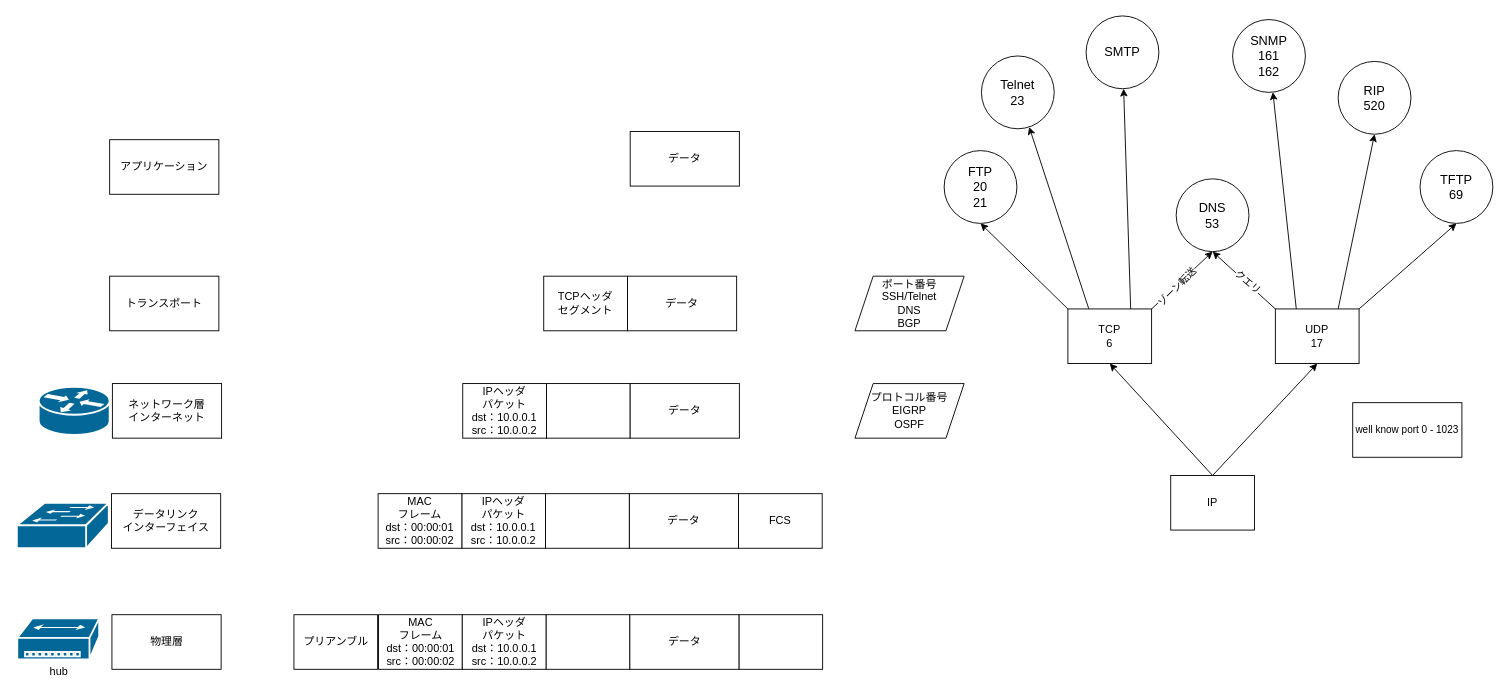
This is カプセル化（フレーミング）.drawio from kyforprogram/ccna, a draw.io file, before an edit. Source tidied: cells renumbered, new cells numbered last; positions are measured from the earlier drawing's top-left corner, leaving out a move shared by most shapes. Both pictures are drawn from the tidied source at 91%, with x=0, y=0 at pixel (16, 15).
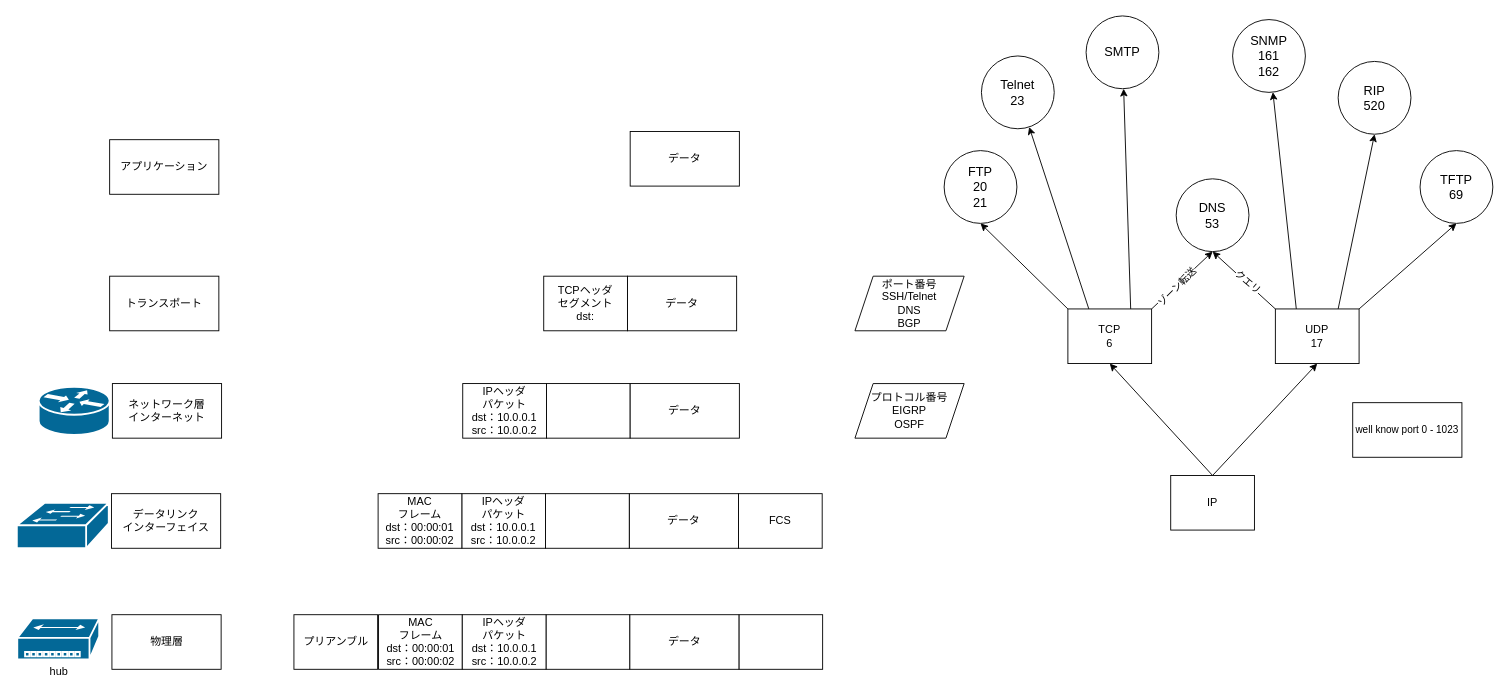
Above is the later version.

Commit message:
カプセル化（フレーミング）.drawio を更新します

What changed in the source:
```diff
@@
-    <mxCell id="4" value="TCPヘッダ&lt;br&gt;セグメント" style="whiteSpace=wrap;html=1;" parent="1" vertex="1">
+    <mxCell id="4" value="TCPヘッダ&lt;br&gt;セグメント&lt;div&gt;dst:&lt;/div&gt;" style="whiteSpace=wrap;html=1;" parent="1" vertex="1">
       <mxGeometry x="579" y="286" width="92" height="60" as="geometry" />
     </mxCell>
```
